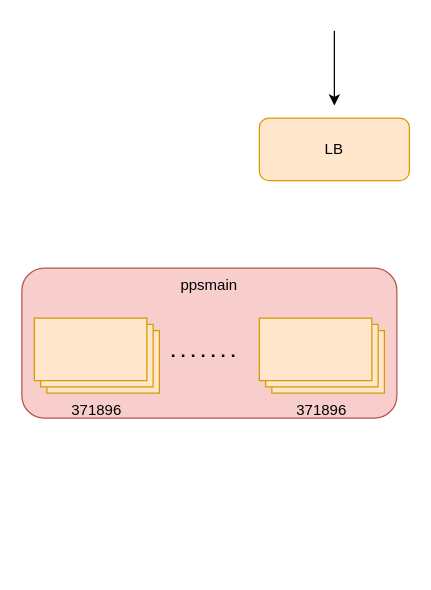
Before: 未命名绘图22.drawio in buf1024/drawio, a draw.io diagram. Source tidied: cells renumbered, new cells numbered last; positions are measured from the earlier drawing's top-left corner, leaving out a move shared by most shapes. Both pictures are drawn from the tidied source at 125%, with x=0, y=0 at pixel (21, 30).
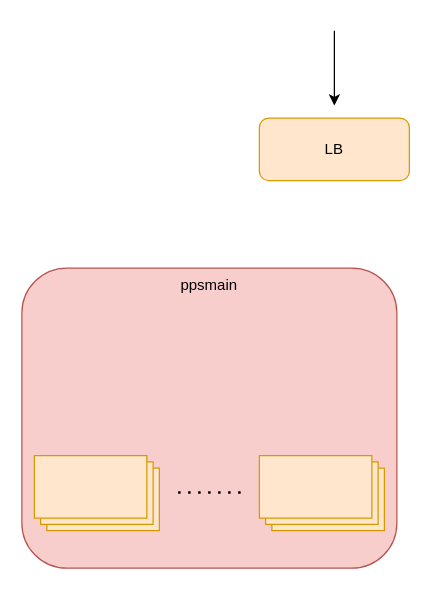
The same page after the edit.

Commit message (it also covers changes not shown here):
更新未命名绘图22.drawio

The edit, as a diff of the source:
```diff
@@
 <mxGraphModel>
   <root>
     <mxCell id="0" />
     <mxCell id="1" parent="0" />
     <mxCell id="2" value="ppsmain" style="rounded=1;whiteSpace=wrap;html=1;verticalAlign=top;fillColor=#f8cecc;strokeColor=#b85450;" parent="1" vertex="1">
-      <mxGeometry y="190" width="300" height="120" as="geometry" />
+      <mxGeometry y="190" width="300" height="240" as="geometry" />
     </mxCell>
     <mxCell id="3" value="LB" style="rounded=1;whiteSpace=wrap;html=1;fillColor=#ffe6cc;strokeColor=#d79b00;" parent="1" vertex="1">
       <mxGeometry x="190" y="70" width="120" height="50" as="geometry" />
     </mxCell>
-    <mxCell id="4" value="371896" style="verticalLabelPosition=bottom;verticalAlign=top;html=1;shape=mxgraph.basic.layered_rect;dx=10;whiteSpace=wrap;fillColor=#ffe6cc;strokeColor=#d79b00;" parent="1" vertex="1">
-      <mxGeometry x="10" y="230" width="100" height="60" as="geometry" />
+    <mxCell id="4" style="verticalLabelPosition=bottom;verticalAlign=top;html=1;shape=mxgraph.basic.layered_rect;dx=10;whiteSpace=wrap;fillColor=#ffe6cc;strokeColor=#d79b00;" parent="1" vertex="1">
+      <mxGeometry x="10" y="340" width="100" height="60" as="geometry" />
     </mxCell>
     <mxCell id="5" style="endArrow=classic;html=1;rounded=0;" parent="1" edge="1">
       <mxGeometry relative="1" as="geometry">
         <mxPoint x="250" as="sourcePoint" />
         <mxPoint x="250" y="60" as="targetPoint" />
       </mxGeometry>
     </mxCell>
-    <mxCell id="6" value="371896" style="verticalLabelPosition=bottom;verticalAlign=top;html=1;shape=mxgraph.basic.layered_rect;dx=10;whiteSpace=wrap;fillColor=#ffe6cc;strokeColor=#d79b00;" parent="1" vertex="1">
-      <mxGeometry x="190" y="230" width="100" height="60" as="geometry" />
+    <mxCell id="6" style="verticalLabelPosition=bottom;verticalAlign=top;html=1;shape=mxgraph.basic.layered_rect;dx=10;whiteSpace=wrap;fillColor=#ffe6cc;strokeColor=#d79b00;" parent="1" vertex="1">
+      <mxGeometry x="190" y="340" width="100" height="60" as="geometry" />
     </mxCell>
     <mxCell id="7" style="endArrow=none;dashed=1;html=1;dashPattern=1 3;strokeWidth=2;rounded=0;" parent="1" edge="1">
       <mxGeometry relative="1" as="geometry">
-        <mxPoint x="170" y="260" as="sourcePoint" />
-        <mxPoint x="120" y="260" as="targetPoint" />
+        <mxPoint x="175" y="369.5" as="sourcePoint" />
+        <mxPoint x="125" y="369.5" as="targetPoint" />
       </mxGeometry>
     </mxCell>
   </root>
 </mxGraphModel>
```
